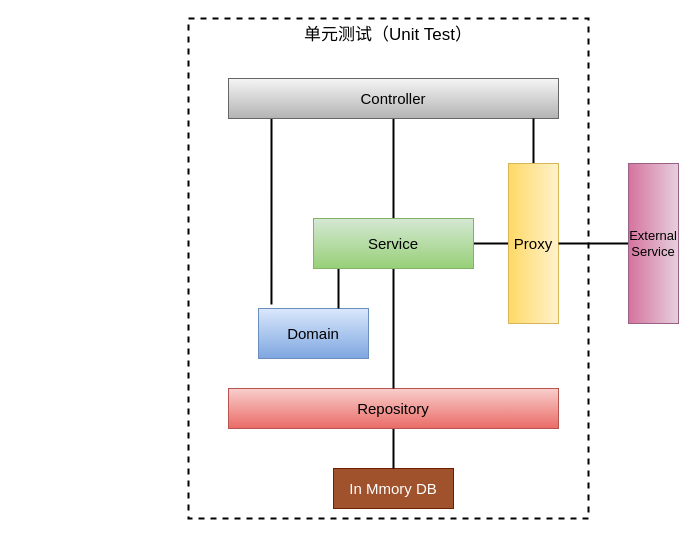
This is microservice-test-classification.drawio from rexlin600/diagrams, a draw.io file, before an edit. Source tidied: cells renumbered, new cells numbered last; positions are measured from the earlier drawing's top-left corner, leaving out a move shared by most shapes. Both pictures are drawn from the tidied source at 100%, with x=0, y=0 at pixel (188, 18).
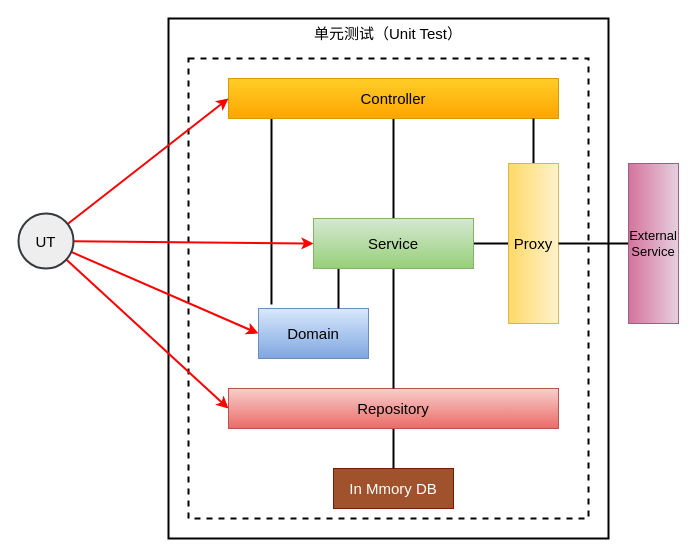
After the change.

Unchanged cells that the change refers to:
```xml
<mxCell id="8" value="Repository" style="rounded=0;whiteSpace=wrap;html=1;fontSize=15;fillColor=#f8cecc;gradientColor=#ea6b66;strokeColor=#b85450;" parent="1" vertex="1">
  <mxGeometry x="40" y="370" width="330" height="40" as="geometry" />
</mxCell>
<mxCell id="9" value="Domain" style="rounded=0;whiteSpace=wrap;html=1;fontSize=15;fillColor=#dae8fc;gradientColor=#7ea6e0;strokeColor=#6c8ebf;" parent="1" vertex="1">
  <mxGeometry x="70" y="290" width="110" height="50" as="geometry" />
</mxCell>
<mxCell id="13" value="Service" style="rounded=0;whiteSpace=wrap;html=1;fontSize=15;fillColor=#d5e8d4;gradientColor=#97d077;strokeColor=#82b366;" parent="1" vertex="1">
  <mxGeometry x="125" y="200" width="160" height="50" as="geometry" />
</mxCell>
```

The edit, as a diff of the source:
```diff
@@
+    <mxCell id="18" value="单元测试（Unit Test）" style="rounded=0;whiteSpace=wrap;html=1;fontSize=15;strokeWidth=2;align=center;verticalAlign=top;" parent="1" vertex="1">
+      <mxGeometry x="-20" width="440" height="520" as="geometry" />
+    </mxCell>
-    <mxCell id="2" value="单元测试（Unit Test）" style="rounded=0;whiteSpace=wrap;html=1;align=center;verticalAlign=top;fontSize=17;dashed=1;strokeWidth=2;" parent="1" vertex="1">
-      <mxGeometry width="400" height="500" as="geometry" />
+    <mxCell id="2" style="rounded=0;whiteSpace=wrap;html=1;align=center;verticalAlign=top;fontSize=17;dashed=1;strokeWidth=2;" parent="1" vertex="1">
+      <mxGeometry y="40" width="400" height="460" as="geometry" />
     </mxCell>
@@
-    <mxCell id="5" value="Controller" style="rounded=0;whiteSpace=wrap;html=1;fontSize=15;fillColor=#f5f5f5;gradientColor=#b3b3b3;strokeColor=#666666;" parent="1" vertex="1">
+    <mxCell id="5" value="Controller" style="rounded=0;whiteSpace=wrap;html=1;fontSize=15;fillColor=#ffcd28;gradientColor=#ffa500;strokeColor=#d79b00;" parent="1" vertex="1">
       <mxGeometry x="40" y="60" width="330" height="40" as="geometry" />
     </mxCell>
@@
+    <mxCell id="19" style="rounded=0;jettySize=auto;html=1;entryX=0;entryY=0.5;entryDx=0;entryDy=0;fontSize=15;endArrow=classic;endFill=1;strokeWidth=2;startArrow=none;startFill=0;strokeColor=#FF0000;" parent="1" edge="1" source="23" target="5">
+      <mxGeometry relative="1" as="geometry" />
+    </mxCell>
+    <mxCell id="20" style="edgeStyle=none;rounded=0;jettySize=auto;html=1;entryX=0;entryY=0.5;entryDx=0;entryDy=0;fontSize=15;startArrow=none;startFill=0;endArrow=classic;endFill=1;strokeWidth=2;strokeColor=#FF0000;" parent="1" edge="1" source="23" target="13">
+      <mxGeometry relative="1" as="geometry" />
+    </mxCell>
+    <mxCell id="21" style="edgeStyle=none;rounded=0;jettySize=auto;html=1;entryX=0;entryY=0.5;entryDx=0;entryDy=0;fontSize=15;startArrow=none;startFill=0;endArrow=classic;endFill=1;strokeWidth=2;strokeColor=#FF0000;" parent="1" edge="1" source="23" target="9">
+      <mxGeometry relative="1" as="geometry" />
+    </mxCell>
+    <mxCell id="22" style="edgeStyle=none;rounded=0;jettySize=auto;html=1;entryX=0;entryY=0.5;entryDx=0;entryDy=0;fontSize=15;startArrow=none;startFill=0;endArrow=classic;endFill=1;strokeWidth=2;strokeColor=#FF0000;" parent="1" edge="1" source="23" target="8">
+      <mxGeometry relative="1" as="geometry" />
+    </mxCell>
+    <mxCell id="23" value="UT" style="ellipse;whiteSpace=wrap;html=1;fontSize=15;strokeWidth=2;align=center;verticalAlign=middle;fillColor=#eeeeee;strokeColor=#36393d;" parent="1" vertex="1">
+      <mxGeometry x="-170" y="195" width="55" height="55" as="geometry" />
+    </mxCell>
```
